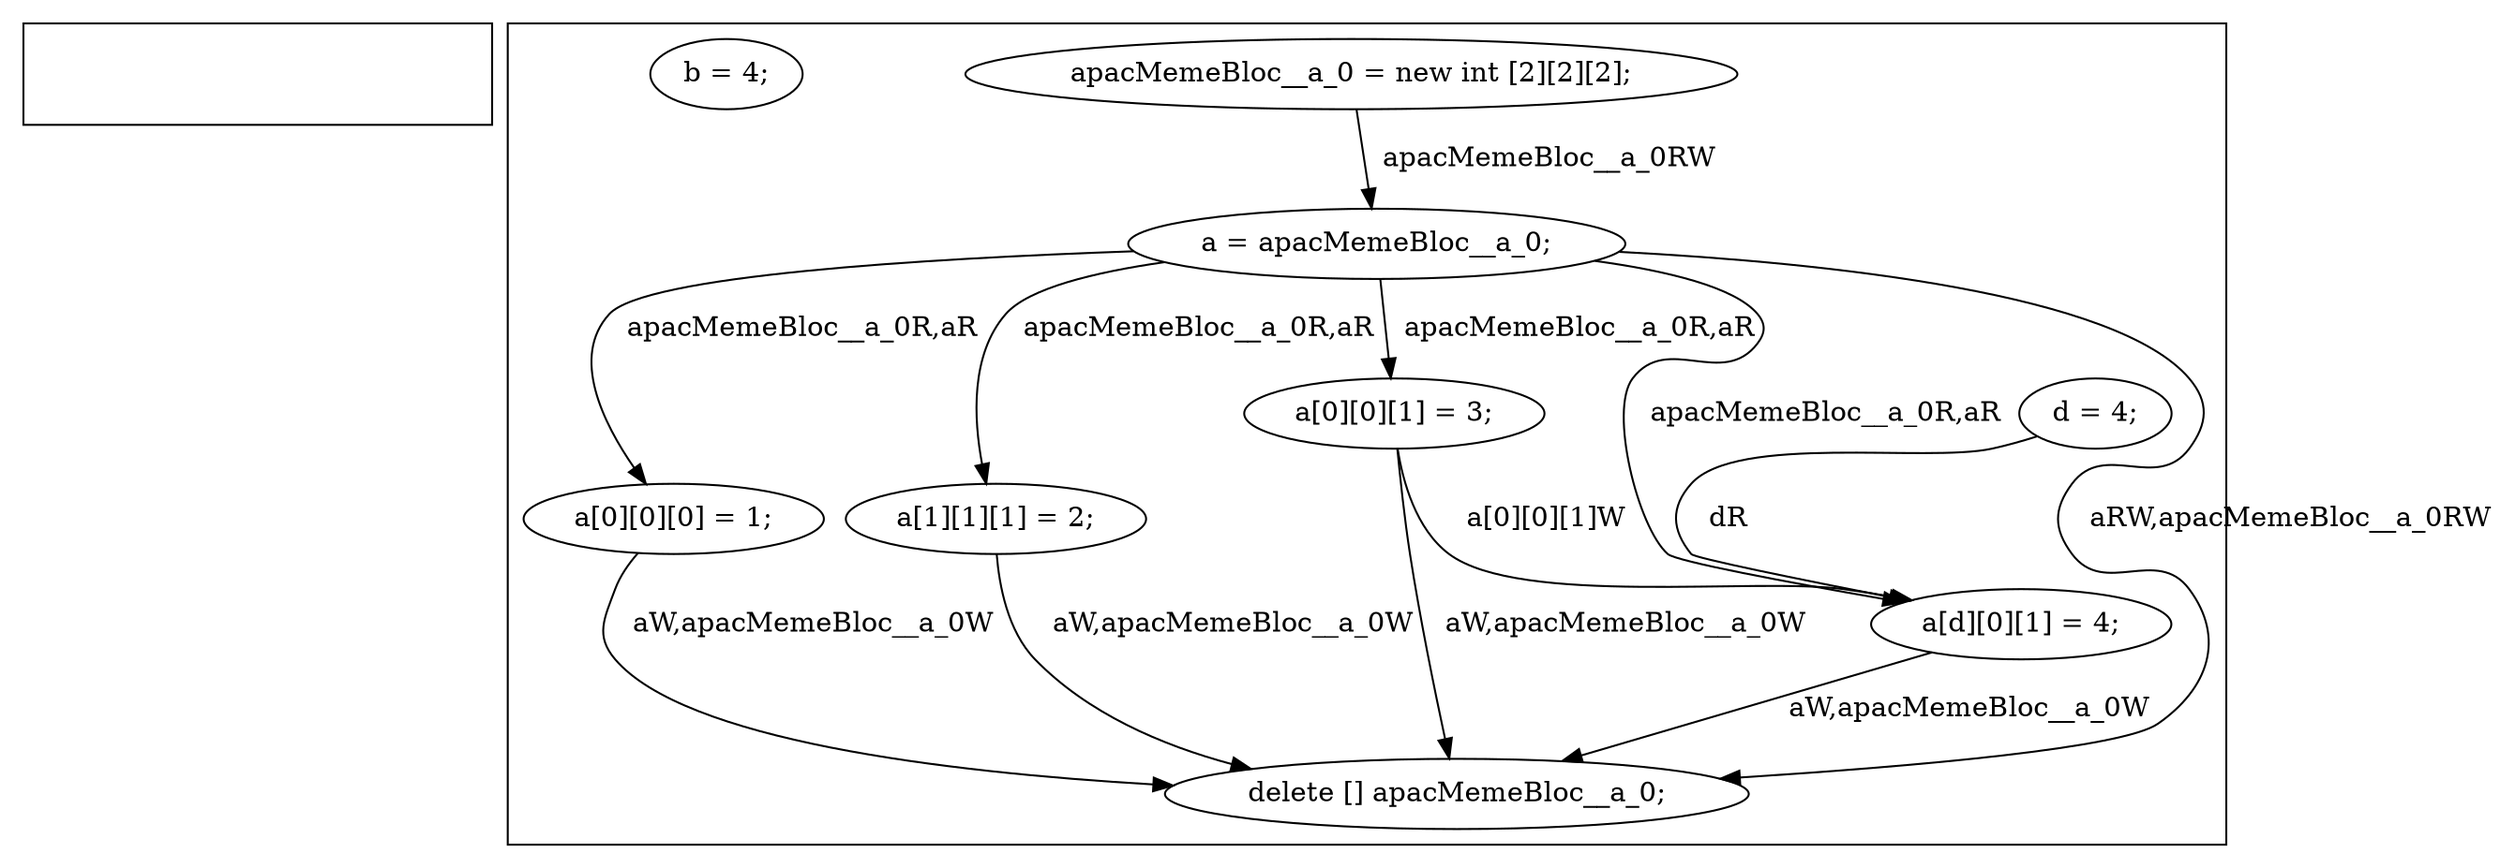
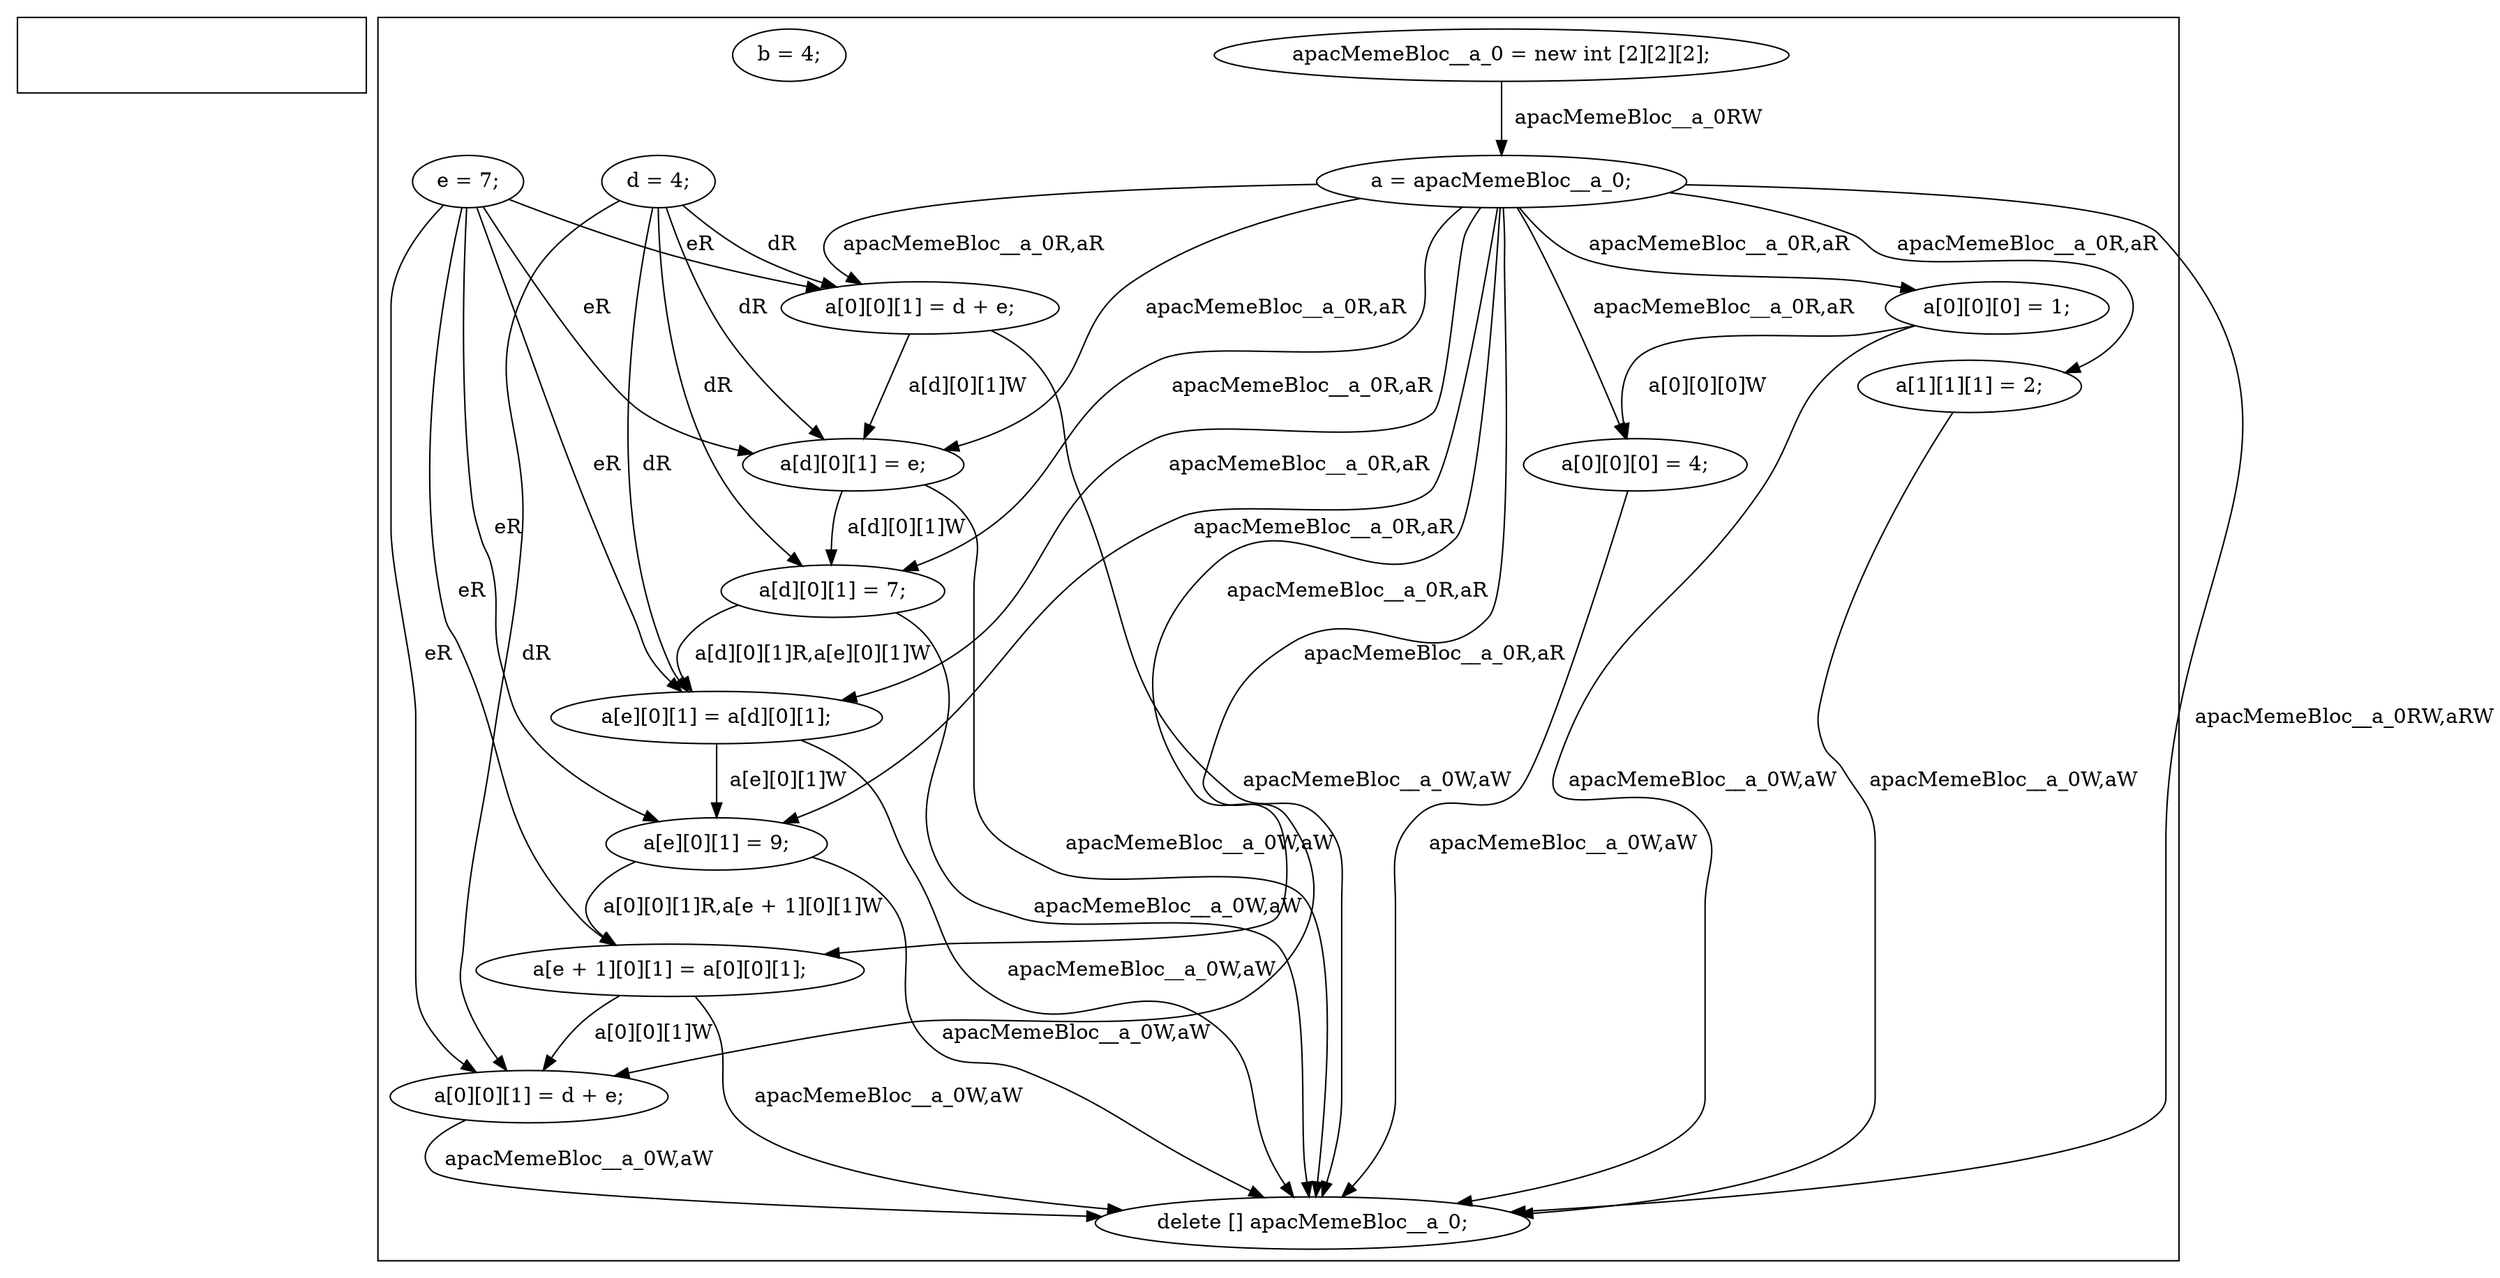
digraph G {
subgraph cluster_f0 {
    invisibleNodeScope_0 [style=invis];
}
subgraph cluster_f1 {
    invisibleNodeScope_1 [style=invis];
    0 [label="apacMemeBloc__a_0 = new int [2][2][2];"];
    1 [label="a = apacMemeBloc__a_0;"];
    2 [label="b = 4;"];
    3 [label="d = 4;"];
-     4 [label="a[0][0][0] = 1;"];
-     5 [label="a[1][1][1] = 2;"];
-     6 [label="a[0][0][1] = 3;"];
-     7 [label="a[d][0][1] = 4;"];
-     8 [label="delete [] apacMemeBloc__a_0;"];
+     4 [label="e = 7;"];
+     5 [label="a[0][0][0] = 1;"];
+     6 [label="a[0][0][0] = 4;"];
+     7 [label="a[1][1][1] = 2;"];
+     8 [label="a[0][0][1] = d + e;"];
+     9 [label="a[d][0][1] = e;"];
+     10 [label="a[d][0][1] = 7;"];
+     11 [label="a[e][0][1] = a[d][0][1];"];
+     12 [label="a[e][0][1] = 9;"];
+     13 [label="a[e + 1][0][1] = a[0][0][1];"];
+     14 [label="a[0][0][1] = d + e;"];
+     15 [label="delete [] apacMemeBloc__a_0;"];
}
    0 -> 1[label="  apacMemeBloc__a_0RW"];
-     1 -> 8[label="  aRW,apacMemeBloc__a_0RW"];
+     1 -> 5[label="  apacMemeBloc__a_0R,aR"];
+     1 -> 6[label="  apacMemeBloc__a_0R,aR"];
    1 -> 7[label="  apacMemeBloc__a_0R,aR"];
-     1 -> 6[label="  apacMemeBloc__a_0R,aR"];
-     1 -> 5[label="  apacMemeBloc__a_0R,aR"];
-     1 -> 4[label="  apacMemeBloc__a_0R,aR"];
-     3 -> 7[label="  dR"];
-     4 -> 8[label="  aW,apacMemeBloc__a_0W"];
-     5 -> 8[label="  aW,apacMemeBloc__a_0W"];
-     6 -> 8[label="  aW,apacMemeBloc__a_0W"];
-     6 -> 7[label="  a[0][0][1]W"];
-     7 -> 8[label="  aW,apacMemeBloc__a_0W"];
+     1 -> 8[label="  apacMemeBloc__a_0R,aR"];
+     1 -> 9[label="  apacMemeBloc__a_0R,aR"];
+     1 -> 10[label="  apacMemeBloc__a_0R,aR"];
+     1 -> 11[label="  apacMemeBloc__a_0R,aR"];
+     1 -> 12[label="  apacMemeBloc__a_0R,aR"];
+     1 -> 13[label="  apacMemeBloc__a_0R,aR"];
+     1 -> 14[label="  apacMemeBloc__a_0R,aR"];
+     1 -> 15[label="  apacMemeBloc__a_0RW,aRW"];
+     3 -> 8[label="  dR"];
+     3 -> 9[label="  dR"];
+     3 -> 10[label="  dR"];
+     3 -> 11[label="  dR"];
+     3 -> 14[label="  dR"];
+     4 -> 8[label="  eR"];
+     4 -> 9[label="  eR"];
+     4 -> 11[label="  eR"];
+     4 -> 12[label="  eR"];
+     4 -> 13[label="  eR"];
+     4 -> 14[label="  eR"];
+     5 -> 6[label="  a[0][0][0]W"];
+     5 -> 15[label="  apacMemeBloc__a_0W,aW"];
+     6 -> 15[label="  apacMemeBloc__a_0W,aW"];
+     7 -> 15[label="  apacMemeBloc__a_0W,aW"];
+     8 -> 9[label="  a[d][0][1]W"];
+     8 -> 15[label="  apacMemeBloc__a_0W,aW"];
+     9 -> 10[label="  a[d][0][1]W"];
+     9 -> 15[label="  apacMemeBloc__a_0W,aW"];
+     10 -> 11[label="  a[d][0][1]R,a[e][0][1]W"];
+     10 -> 15[label="  apacMemeBloc__a_0W,aW"];
+     11 -> 12[label="  a[e][0][1]W"];
+     11 -> 15[label="  apacMemeBloc__a_0W,aW"];
+     12 -> 13[label="  a[0][0][1]R,a[e + 1][0][1]W"];
+     12 -> 15[label="  apacMemeBloc__a_0W,aW"];
+     13 -> 14[label="  a[0][0][1]W"];
+     13 -> 15[label="  apacMemeBloc__a_0W,aW"];
+     14 -> 15[label="  apacMemeBloc__a_0W,aW"];
}
